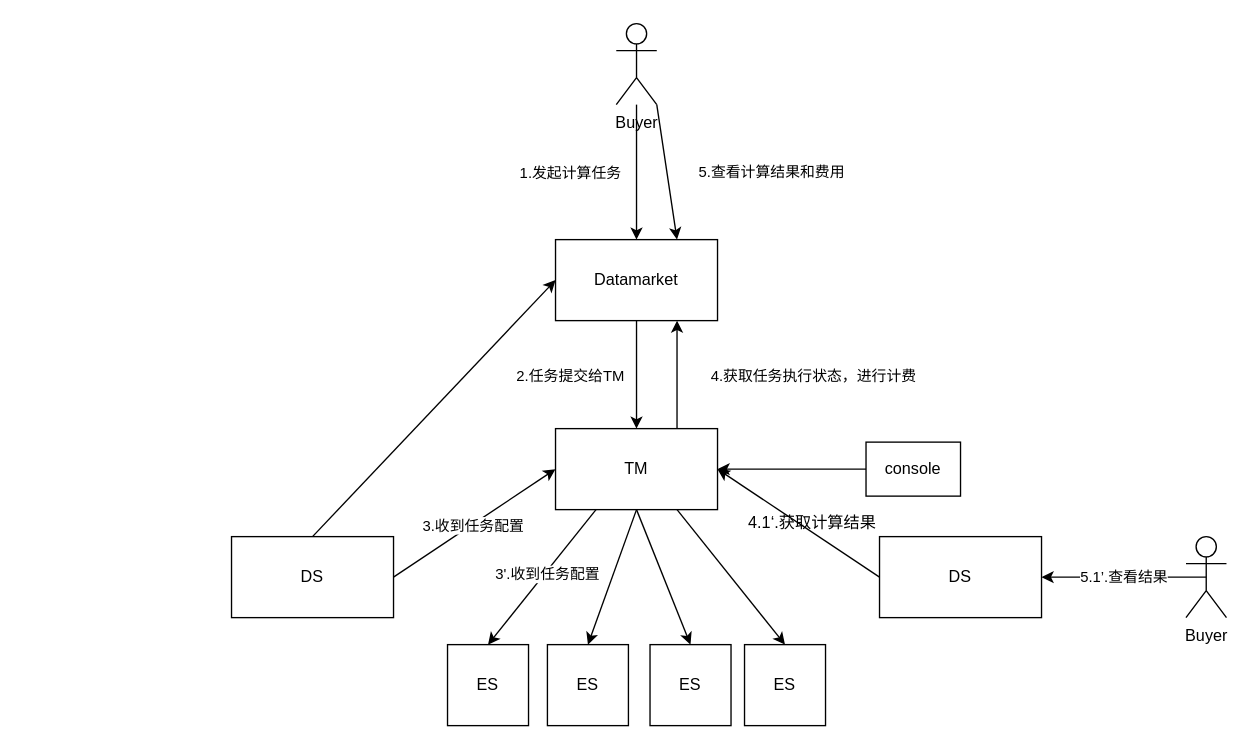
The draw.io diagram data_task_.drawio in yankaili2006/drawing_io, before the edit. Source tidied: cells renumbered, new cells numbered last; positions are measured from the earlier drawing's top-left corner, leaving out a move shared by most shapes. Both pictures are drawn from the tidied source at 135%, with x=0, y=0 at pixel (231, 23).
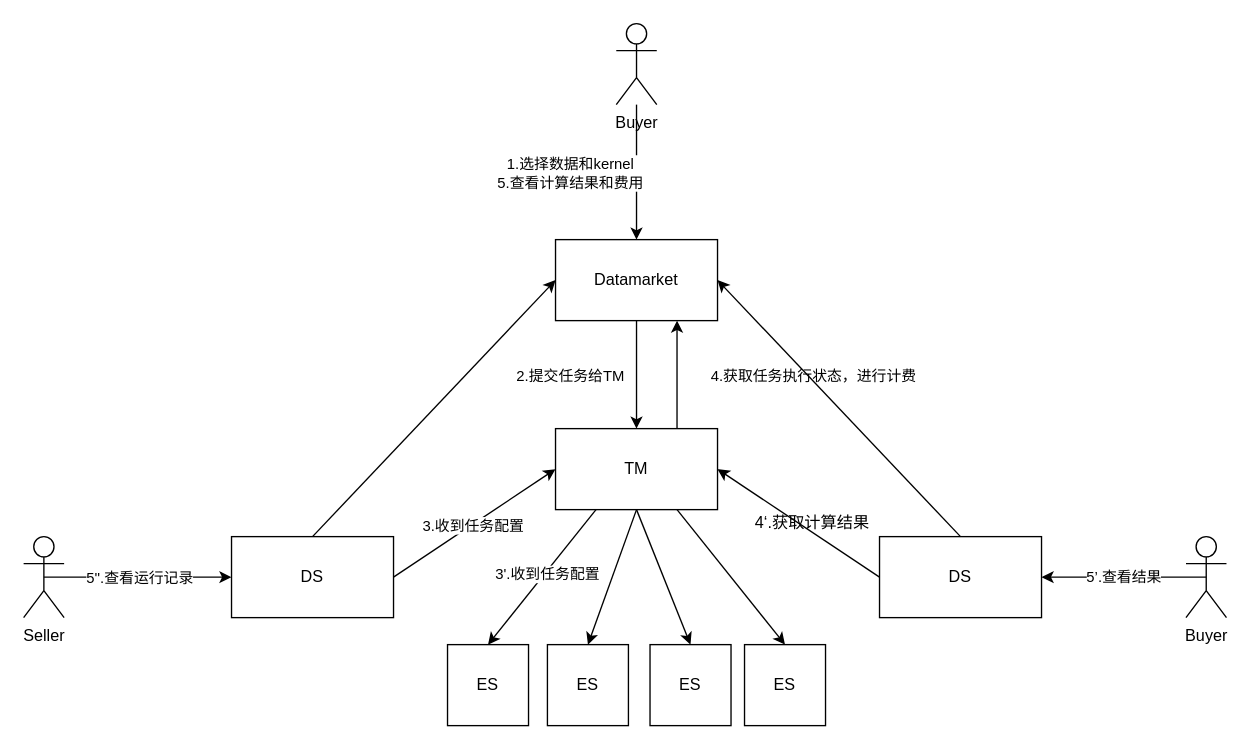
The same page after the edit.

The change refers to these unchanged cells:
```xml
<mxCell id="2" value="DS" style="rounded=0;whiteSpace=wrap;html=1;" parent="1" vertex="1">
  <mxGeometry y="380" width="120" height="60" as="geometry" />
</mxCell>
<mxCell id="3" value="TM" style="rounded=0;whiteSpace=wrap;html=1;" parent="1" vertex="1">
  <mxGeometry x="240" y="300" width="120" height="60" as="geometry" />
</mxCell>
<mxCell id="8" value="DS" style="rounded=0;whiteSpace=wrap;html=1;" parent="1" vertex="1">
  <mxGeometry x="480" y="380" width="120" height="60" as="geometry" />
</mxCell>
<mxCell id="10" value="Datamarket" style="rounded=0;whiteSpace=wrap;html=1;" parent="1" vertex="1">
  <mxGeometry x="240" y="160" width="120" height="60" as="geometry" />
</mxCell>
<mxCell id="18" style="endArrow=classic;html=1;entryX=0.5;entryY=0;entryDx=0;entryDy=0;exitX=0.5;exitY=1;exitDx=0;exitDy=0;" parent="1" edge="1" source="10" target="3">
  <mxGeometry relative="1" as="geometry" />
</mxCell>
<mxCell id="23" value="Buyer" style="shape=umlActor;verticalLabelPosition=bottom;labelBackgroundColor=#ffffff;verticalAlign=top;html=1;outlineConnect=0;" parent="1" vertex="1">
  <mxGeometry x="285" width="30" height="60" as="geometry" />
</mxCell>
<mxCell id="24" style="endArrow=classic;html=1;entryX=0.5;entryY=0;entryDx=0;entryDy=0;" parent="1" edge="1" source="23" target="10">
  <mxGeometry relative="1" as="geometry" />
</mxCell>
<mxCell id="29" value="Buyer" style="shape=umlActor;verticalLabelPosition=bottom;labelBackgroundColor=#ffffff;verticalAlign=top;html=1;outlineConnect=0;" parent="1" vertex="1">
  <mxGeometry x="707" y="380" width="30" height="60" as="geometry" />
</mxCell>
```

The edit, as a diff of the source:
```diff
@@
-    <mxCell id="9" value="console" style="rounded=0;whiteSpace=wrap;html=1;" parent="1" vertex="1">
-      <mxGeometry x="470" y="310" width="70" height="40" as="geometry" />
-    </mxCell>
@@
-    <mxCell id="17" style="endArrow=classic;html=1;entryX=1;entryY=0.5;entryDx=0;entryDy=0;exitX=0;exitY=0.5;exitDx=0;exitDy=0;" parent="1" edge="1" source="9" target="3">
-      <mxGeometry relative="1" as="geometry" />
-    </mxCell>
@@
-    <mxCell id="19" value="2.任务提交给TM" style="edgeLabel;html=1;align=center;verticalAlign=middle;" parent="18" vertex="1">
+    <mxCell id="19" value="2.提交任务给TM" style="edgeLabel;html=1;align=center;verticalAlign=middle;" parent="18" vertex="1">
       <mxGeometry x="-0.12" y="-1" relative="1" as="geometry">
         <mxPoint x="-49" y="5" as="offset" />
       </mxGeometry>
     </mxCell>
@@
-    <mxCell id="25" value="1.发起计算任务" style="edgeLabel;html=1;align=center;verticalAlign=middle;" parent="24" vertex="1">
+    <mxCell id="25" value="1.选择数据和kernel&lt;br&gt;5.查看计算结果和费用" style="edgeLabel;html=1;align=center;verticalAlign=middle;" parent="24" vertex="1">
       <mxGeometry x="-0.1" relative="1" as="geometry">
         <mxPoint x="-50" y="5" as="offset" />
       </mxGeometry>
     </mxCell>
@@
-    <mxCell id="27" value="4.1‘.获取计算结果" style="text;html=1;align=center;verticalAlign=middle;" parent="1" vertex="1">
-      <mxGeometry x="375" y="360" width="110" height="20" as="geometry" />
+    <mxCell id="27" value="4‘.获取计算结果" style="text;html=1;align=center;verticalAlign=middle;" parent="1" vertex="1">
+      <mxGeometry x="380" y="360" width="100" height="20" as="geometry" />
     </mxCell>
@@
-    <mxCell id="30" value="5.1’.查看结果" style="endArrow=classic;html=1;exitX=0.5;exitY=0.5;exitDx=0;exitDy=0;exitPerimeter=0;entryX=1;entryY=0.5;entryDx=0;entryDy=0;" parent="1" edge="1" source="29" target="8">
+    <mxCell id="30" value="5’.查看结果" style="endArrow=classic;html=1;exitX=0.5;exitY=0.5;exitDx=0;exitDy=0;exitPerimeter=0;entryX=1;entryY=0.5;entryDx=0;entryDy=0;" parent="1" edge="1" source="29" target="8">
       <mxGeometry relative="1" as="geometry" />
     </mxCell>
-    <mxCell id="31" value="5.查看计算结果和费用" style="endArrow=classic;html=1;entryX=0.75;entryY=0;entryDx=0;entryDy=0;exitX=1;exitY=1;exitDx=0;exitDy=0;exitPerimeter=0;" parent="1" edge="1" source="23" target="10">
-      <mxGeometry x="0.23" y="77" relative="1" as="geometry" />
-    </mxCell>
+    <mxCell id="32" style="endArrow=classic;html=1;exitX=0.5;exitY=0;exitDx=0;exitDy=0;entryX=1;entryY=0.5;entryDx=0;entryDy=0;" parent="1" edge="1" source="8" target="10">
+      <mxGeometry relative="1" as="geometry" />
+    </mxCell>
+    <mxCell id="33" value="Seller" style="shape=umlActor;verticalLabelPosition=bottom;labelBackgroundColor=#ffffff;verticalAlign=top;html=1;outlineConnect=0;" parent="1" vertex="1">
+      <mxGeometry x="-154" y="380" width="30" height="60" as="geometry" />
+    </mxCell>
+    <mxCell id="34" style="endArrow=classic;html=1;exitX=0.5;exitY=0.5;exitDx=0;exitDy=0;exitPerimeter=0;entryX=0;entryY=0.5;entryDx=0;entryDy=0;" parent="1" edge="1" source="33" target="2">
+      <mxGeometry relative="1" as="geometry" />
+    </mxCell>
+    <mxCell id="35" value="5''.查看运行记录" style="edgeLabel;html=1;align=center;verticalAlign=middle;" parent="34" vertex="1">
+      <mxGeometry x="-0.15" relative="1" as="geometry">
+        <mxPoint x="11" as="offset" />
+      </mxGeometry>
+    </mxCell>
```
